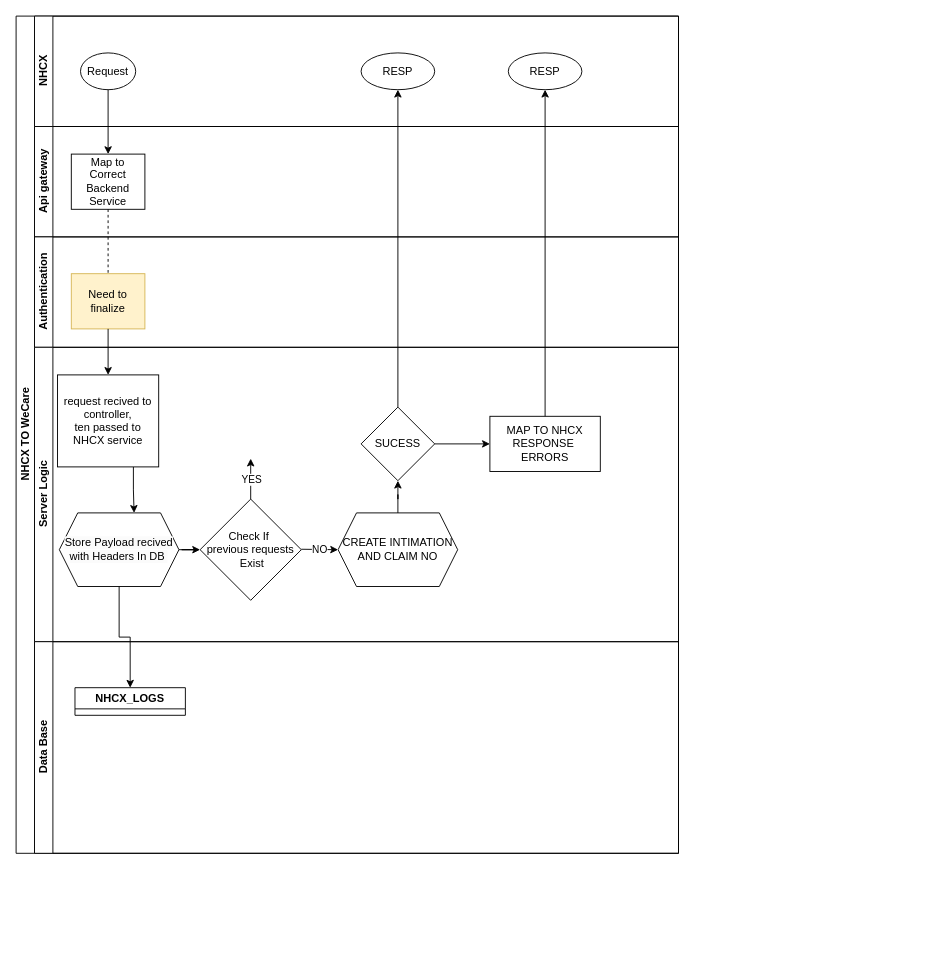
Before: page "Claim registration" (1 of 4) of Untitled Diagram.drawio in aashishinvy/aqi, a draw.io diagram. Source tidied: cells renumbered, new cells numbered last; positions are measured from the earlier drawing's top-left corner, leaving out a move shared by most shapes. Both pictures are drawn from the tidied source at 92%, with x=0, y=0 at pixel (16, 16).
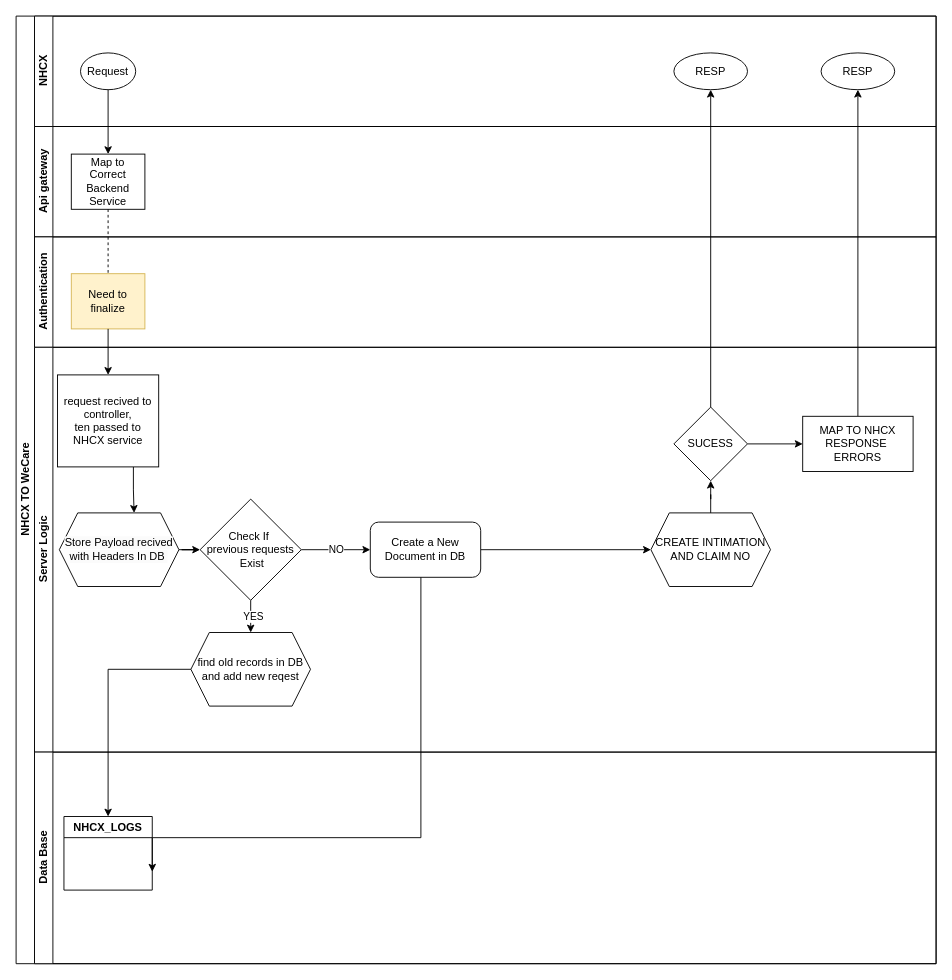
The same page after the edit.

The change refers to these unchanged cells:
```xml
<mxCell id="15" value="&lt;span style=&quot;color: rgb(0, 0, 0); font-family: Helvetica; font-size: 12px; font-style: normal; font-variant-ligatures: normal; font-variant-caps: normal; font-weight: 400; letter-spacing: normal; orphans: 2; text-align: center; text-indent: 0px; text-transform: none; widows: 2; word-spacing: 0px; -webkit-text-stroke-width: 0px; background-color: rgb(251, 251, 251); text-decoration-thickness: initial; text-decoration-style: initial; text-decoration-color: initial; float: none; display: inline !important;&quot;&gt;Store Payload recived with Headers In DB&amp;nbsp;&lt;/span&gt;" style="shape=hexagon;perimeter=hexagonPerimeter2;whiteSpace=wrap;html=1;fixedSize=1;" parent="11" vertex="1">
  <mxGeometry x="27" y="180" width="130" height="80" as="geometry" />
</mxCell>
<mxCell id="16" value="Check If&amp;nbsp;&lt;br&gt;previous requests&lt;br&gt;&amp;nbsp;Exist" style="rhombus;whiteSpace=wrap;html=1;" parent="11" vertex="1">
  <mxGeometry x="180" y="165" width="110" height="110" as="geometry" />
</mxCell>
```

Diff of the diagram source:
```diff
@@
     <mxCell id="2" value="NHCX TO WeCare" style="swimlane;html=1;horizontal=0;startSize=20;" parent="1" vertex="1">
-      <mxGeometry width="720" height="910" as="geometry" />
+      <mxGeometry width="1000" height="1030" as="geometry" />
     </mxCell>
     <mxCell id="3" value="NHCX" style="swimlane;html=1;startSize=20;horizontal=0;" parent="2" vertex="1">
-      <mxGeometry x="20" width="700" height="120" as="geometry" />
+      <mxGeometry x="20" width="980" height="120" as="geometry" />
     </mxCell>
@@
     <mxCell id="5" value="RESP" style="ellipse;whiteSpace=wrap;html=1;" parent="3" vertex="1">
-      <mxGeometry x="355" y="40" width="80" height="40" as="geometry" />
+      <mxGeometry x="695" y="40" width="80" height="40" as="geometry" />
     </mxCell>
     <mxCell id="6" value="RESP" style="ellipse;whiteSpace=wrap;html=1;" parent="3" vertex="1">
-      <mxGeometry x="515" y="40" width="80" height="40" as="geometry" />
+      <mxGeometry x="855" y="40" width="80" height="40" as="geometry" />
     </mxCell>
     <mxCell id="7" value="Api gateway" style="swimlane;html=1;startSize=20;horizontal=0;" parent="2" vertex="1">
-      <mxGeometry x="20" y="120" width="700" height="120" as="geometry" />
+      <mxGeometry x="20" y="120" width="980" height="120" as="geometry" />
     </mxCell>
@@
     <mxCell id="9" value="Authentication" style="swimlane;html=1;startSize=20;horizontal=0;" parent="2" vertex="1">
-      <mxGeometry x="20" y="240" width="700" height="120" as="geometry" />
+      <mxGeometry x="20" y="240" width="980" height="120" as="geometry" />
     </mxCell>
@@
+    <mxCell id="32" style="edgeStyle=orthogonalEdgeStyle;rounded=0;jettySize=auto;html=1;" parent="2" edge="1" source="24" target="5">
+      <mxGeometry relative="1" as="geometry" />
+    </mxCell>
+    <mxCell id="33" style="edgeStyle=orthogonalEdgeStyle;rounded=0;jettySize=auto;html=1;" parent="2" edge="1" source="25" target="6">
+      <mxGeometry relative="1" as="geometry" />
+    </mxCell>
     <mxCell id="11" value="Server Logic" style="swimlane;html=1;startSize=20;horizontal=0;" parent="2" vertex="1">
-      <mxGeometry x="20" y="360" width="700" height="320" as="geometry" />
+      <mxGeometry x="20" y="360" width="980" height="440" as="geometry" />
     </mxCell>
@@
+    <mxCell id="34" style="edgeStyle=orthogonalEdgeStyle;rounded=0;jettySize=auto;html=1;" parent="11" edge="1" source="16">
+      <mxGeometry relative="1" as="geometry">
+        <mxPoint x="235" y="310" as="targetPoint" />
+      </mxGeometry>
+    </mxCell>
+    <mxCell id="20" value="YES" style="edgeLabel;html=1;align=center;verticalAlign=middle;" parent="34" vertex="1">
+      <mxGeometry x="-0.16" y="2" relative="1" as="geometry">
+        <mxPoint y="2" as="offset" />
+      </mxGeometry>
+    </mxCell>
+    <mxCell id="18" value="NO" style="edgeStyle=orthogonalEdgeStyle;rounded=0;jettySize=auto;html=1;" parent="11" edge="1" source="16" target="37">
+      <mxGeometry relative="1" as="geometry" />
+    </mxCell>
@@
-    <mxCell id="17" style="endArrow=classic;html=1;rounded=0;" parent="11" edge="1">
-      <mxGeometry relative="1" as="geometry">
-        <mxPoint x="290" y="219.5" as="sourcePoint" />
-        <mxPoint x="330" y="220" as="targetPoint" />
-      </mxGeometry>
-    </mxCell>
-    <mxCell id="18" value="NO" style="edgeLabel;html=1;align=center;verticalAlign=middle;" parent="17" vertex="1">
-      <mxGeometry relative="1" as="geometry" />
-    </mxCell>
-    <mxCell id="19" style="endArrow=classic;html=1;rounded=0;exitX=0.5;exitY=0;exitDx=0;exitDy=0;" parent="11" edge="1" source="16">
-      <mxGeometry relative="1" as="geometry">
-        <mxPoint x="235" y="121" as="targetPoint" />
-      </mxGeometry>
-    </mxCell>
-    <mxCell id="20" value="YES" style="edgeLabel;html=1;align=center;verticalAlign=middle;" parent="19" vertex="1">
-      <mxGeometry relative="1" as="geometry" />
-    </mxCell>
@@
     <mxCell id="22" value="CREATE INTIMATION AND CLAIM NO" style="shape=hexagon;perimeter=hexagonPerimeter2;whiteSpace=wrap;html=1;fixedSize=1;" parent="11" vertex="1">
-      <mxGeometry x="330" y="180" width="130" height="80" as="geometry" />
+      <mxGeometry x="670" y="180" width="130" height="80" as="geometry" />
     </mxCell>
@@
     <mxCell id="24" value="SUCESS" style="rhombus;whiteSpace=wrap;html=1;" parent="11" vertex="1">
-      <mxGeometry x="355" y="65" width="80" height="80" as="geometry" />
+      <mxGeometry x="695" y="65" width="80" height="80" as="geometry" />
     </mxCell>
     <mxCell id="25" value="MAP TO NHCX RESPONSE&amp;nbsp; ERRORS" style="whiteSpace=wrap;html=1;" parent="11" vertex="1">
-      <mxGeometry x="495" y="75" width="120" height="60" as="geometry" />
+      <mxGeometry x="835" y="75" width="120" height="60" as="geometry" />
     </mxCell>
+    <mxCell id="35" value="find old records in DB and add new reqest" style="shape=hexagon;perimeter=hexagonPerimeter2;whiteSpace=wrap;html=1;fixedSize=1;" parent="11" vertex="1">
+      <mxGeometry x="170" y="310" width="130" height="80" as="geometry" />
+    </mxCell>
+    <mxCell id="36" style="edgeStyle=orthogonalEdgeStyle;rounded=0;jettySize=auto;html=1;entryX=0;entryY=0.5;entryDx=0;entryDy=0;" parent="11" edge="1" source="37" target="22">
+      <mxGeometry relative="1" as="geometry" />
+    </mxCell>
+    <mxCell id="37" value="Create a New Document in DB" style="rounded=1;whiteSpace=wrap;html=1;" parent="11" vertex="1">
+      <mxGeometry x="365" y="190" width="120" height="60" as="geometry" />
+    </mxCell>
     <mxCell id="26" value="Data Base" style="swimlane;html=1;startSize=20;horizontal=0;" parent="2" vertex="1">
-      <mxGeometry x="20" y="680" width="700" height="230" as="geometry" />
+      <mxGeometry x="20" y="800" width="980" height="230" as="geometry" />
     </mxCell>
-    <mxCell id="27" value="NHCX_LOGS" style="swimlane;whiteSpace=wrap;html=1;" parent="26" vertex="1" collapsed="1">
-      <mxGeometry x="44" y="50" width="120" height="30" as="geometry" />
+    <mxCell id="27" value="NHCX_LOGS" style="swimlane;whiteSpace=wrap;html=1;" parent="26" vertex="1">
+      <mxGeometry x="32" y="70" width="96" height="80" as="geometry" />
     </mxCell>
@@
-    <mxCell id="31" style="edgeStyle=orthogonalEdgeStyle;rounded=0;jettySize=auto;html=1;" parent="2" edge="1" source="15" target="27">
-      <mxGeometry relative="1" as="geometry" />
-    </mxCell>
-    <mxCell id="32" style="edgeStyle=orthogonalEdgeStyle;rounded=0;jettySize=auto;html=1;" parent="2" edge="1" source="24" target="5">
-      <mxGeometry relative="1" as="geometry" />
-    </mxCell>
-    <mxCell id="33" style="edgeStyle=orthogonalEdgeStyle;rounded=0;jettySize=auto;html=1;" parent="2" edge="1" source="25" target="6">
-      <mxGeometry relative="1" as="geometry" />
-    </mxCell>
+    <mxCell id="38" style="edgeStyle=orthogonalEdgeStyle;rounded=0;jettySize=auto;html=1;" parent="2" edge="1" source="35" target="27">
+      <mxGeometry relative="1" as="geometry" />
+    </mxCell>
+    <mxCell id="39" style="edgeStyle=orthogonalEdgeStyle;rounded=0;jettySize=auto;html=1;entryX=1;entryY=0.75;entryDx=0;entryDy=0;" parent="2" edge="1" source="37" target="27">
+      <mxGeometry relative="1" as="geometry">
+        <Array as="points">
+          <mxPoint x="440" y="893" />
+        </Array>
+      </mxGeometry>
+    </mxCell>
```
